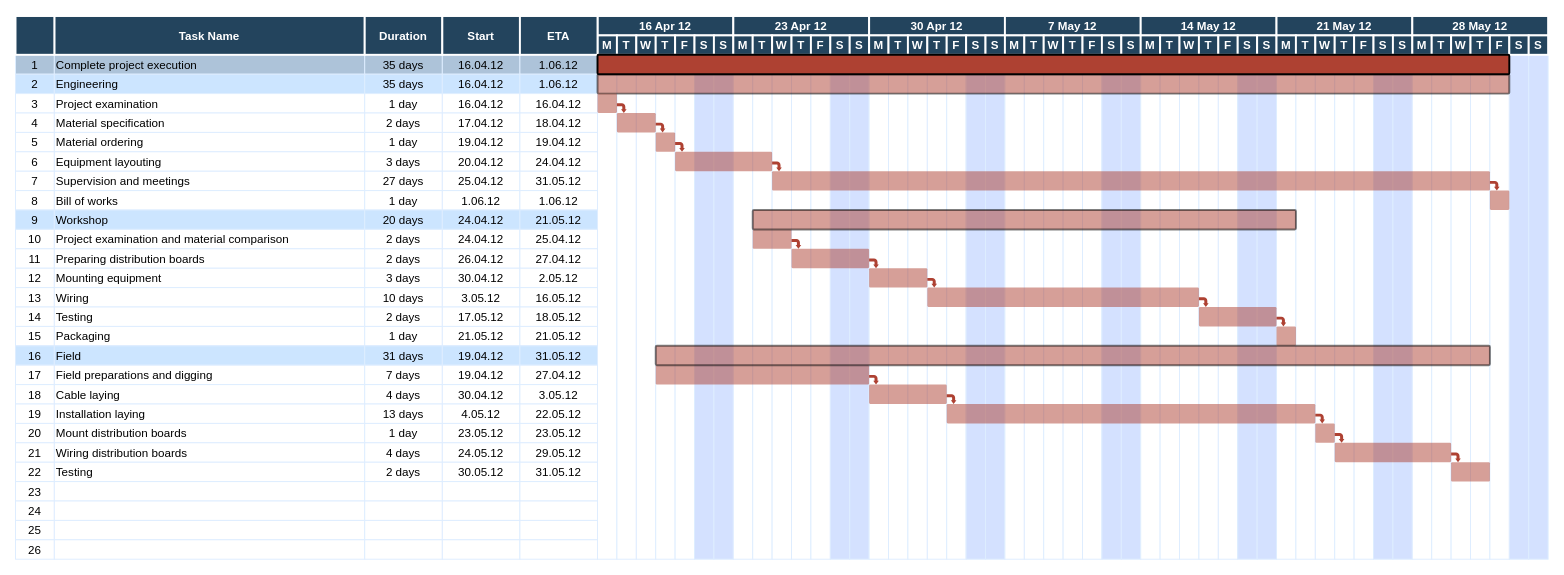
The draw.io diagram docs/GANTT-cineca.drawio in josura/c2c-sepia, before the edit. Source tidied: cells renumbered, new cells numbered last; positions are measured from the earlier drawing's top-left corner, leaving out a move shared by most shapes. Both pictures are drawn from the tidied source at 97%, with x=0, y=0 at pixel (15, 16).
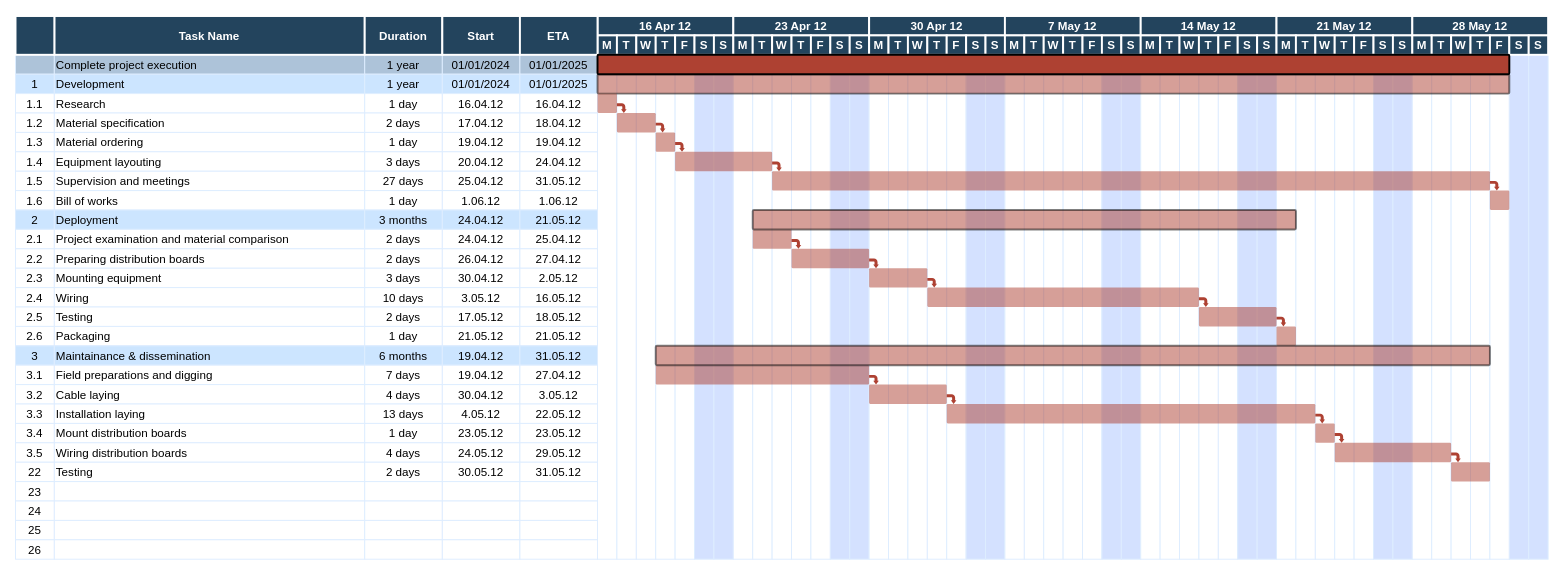
Above is the later version.

Diff of the diagram source:
```diff
@@
-    <mxCell id="2" value="1" style="strokeColor=#DEEDFF;fillColor=#ADC3D9;" parent="1" vertex="1">
+    <mxCell id="2" style="strokeColor=#DEEDFF;fillColor=#ADC3D9;" parent="1" vertex="1">
       <mxGeometry x="0.5" y="40" width="40" height="20" as="geometry" />
     </mxCell>
@@
-    <mxCell id="4" value="35 days" style="strokeColor=#DEEDFF;fillColor=#ADC3D9;" parent="1" vertex="1">
+    <mxCell id="4" value="1 year" style="strokeColor=#DEEDFF;fillColor=#ADC3D9;" parent="1" vertex="1">
       <mxGeometry x="360.5" y="40" width="80" height="20" as="geometry" />
     </mxCell>
-    <mxCell id="5" value="16.04.12" style="strokeColor=#DEEDFF;fillColor=#ADC3D9;" parent="1" vertex="1">
+    <mxCell id="5" value="01/01/2024" style="strokeColor=#DEEDFF;fillColor=#ADC3D9;" parent="1" vertex="1">
       <mxGeometry x="440.5" y="40" width="80" height="20" as="geometry" />
     </mxCell>
-    <mxCell id="6" value="1.06.12" style="strokeColor=#DEEDFF;fillColor=#ADC3D9;" parent="1" vertex="1">
+    <mxCell id="6" value="01/01/2025" style="strokeColor=#DEEDFF;fillColor=#ADC3D9;" parent="1" vertex="1">
       <mxGeometry x="520.5" y="40" width="80" height="20" as="geometry" />
     </mxCell>
@@
-    <mxCell id="8" value="2" style="strokeColor=#DEEDFF;fillColor=#CCE5FF;" parent="1" vertex="1">
+    <mxCell id="8" value="1" style="strokeColor=#DEEDFF;fillColor=#CCE5FF;" parent="1" vertex="1">
       <mxGeometry x="0.5" y="60" width="40" height="20" as="geometry" />
     </mxCell>
-    <mxCell id="9" value="Engineering" style="align=left;strokeColor=#DEEDFF;fillColor=#CCE5FF;" parent="1" vertex="1">
+    <mxCell id="9" value="Development" style="align=left;strokeColor=#DEEDFF;fillColor=#CCE5FF;" parent="1" vertex="1">
       <mxGeometry x="40.5" y="60" width="320" height="20" as="geometry" />
     </mxCell>
-    <mxCell id="10" value="35 days" style="strokeColor=#DEEDFF;fillColor=#CCE5FF;" parent="1" vertex="1">
+    <mxCell id="10" value="1 year" style="strokeColor=#DEEDFF;fillColor=#CCE5FF;" parent="1" vertex="1">
       <mxGeometry x="360.5" y="60" width="80" height="20" as="geometry" />
     </mxCell>
-    <mxCell id="11" value="16.04.12" style="strokeColor=#DEEDFF;fillColor=#CCE5FF;" parent="1" vertex="1">
+    <mxCell id="11" value="01/01/2024" style="strokeColor=#DEEDFF;fillColor=#CCE5FF;" parent="1" vertex="1">
       <mxGeometry x="440.5" y="60" width="80" height="20" as="geometry" />
     </mxCell>
-    <mxCell id="12" value="1.06.12" style="strokeColor=#DEEDFF;fillColor=#CCE5FF;" parent="1" vertex="1">
+    <mxCell id="12" value="01/01/2025" style="strokeColor=#DEEDFF;fillColor=#CCE5FF;" parent="1" vertex="1">
       <mxGeometry x="520.5" y="60" width="80" height="20" as="geometry" />
     </mxCell>
-    <mxCell id="13" value="3" style="strokeColor=#DEEDFF;" parent="1" vertex="1">
+    <mxCell id="13" value="1.1" style="strokeColor=#DEEDFF;" parent="1" vertex="1">
       <mxGeometry x="0.5" y="80" width="40" height="20" as="geometry" />
     </mxCell>
-    <mxCell id="14" value="Project examination" style="align=left;strokeColor=#DEEDFF;" parent="1" vertex="1">
+    <mxCell id="14" value="Research" style="align=left;strokeColor=#DEEDFF;" parent="1" vertex="1">
       <mxGeometry x="40.5" y="80" width="320" height="20" as="geometry" />
     </mxCell>
@@
-    <mxCell id="18" value="4" style="strokeColor=#DEEDFF;" parent="1" vertex="1">
+    <mxCell id="18" value="1.2" style="strokeColor=#DEEDFF;" parent="1" vertex="1">
       <mxGeometry x="0.5" y="100" width="40" height="20" as="geometry" />
     </mxCell>
@@
-    <mxCell id="23" value="5" style="strokeColor=#DEEDFF;" parent="1" vertex="1">
+    <mxCell id="23" value="1.3" style="strokeColor=#DEEDFF;" parent="1" vertex="1">
       <mxGeometry x="0.5" y="120" width="40" height="20" as="geometry" />
     </mxCell>
@@
-    <mxCell id="28" value="6" style="strokeColor=#DEEDFF;" parent="1" vertex="1">
+    <mxCell id="28" value="1.4" style="strokeColor=#DEEDFF;" parent="1" vertex="1">
       <mxGeometry x="0.5" y="140" width="40" height="20" as="geometry" />
     </mxCell>
@@
-    <mxCell id="33" value="7" style="strokeColor=#DEEDFF;" parent="1" vertex="1">
+    <mxCell id="33" value="1.5" style="strokeColor=#DEEDFF;" parent="1" vertex="1">
       <mxGeometry x="0.5" y="160" width="40" height="20" as="geometry" />
     </mxCell>
@@
-    <mxCell id="38" value="8" style="strokeColor=#DEEDFF;" parent="1" vertex="1">
+    <mxCell id="38" value="1.6" style="strokeColor=#DEEDFF;" parent="1" vertex="1">
       <mxGeometry x="0.5" y="180" width="40" height="20" as="geometry" />
     </mxCell>
@@
-    <mxCell id="43" value="9" style="strokeColor=#DEEDFF;fillColor=#CCE5FF;" parent="1" vertex="1">
+    <mxCell id="43" value="2" style="strokeColor=#DEEDFF;fillColor=#CCE5FF;" parent="1" vertex="1">
       <mxGeometry x="0.5" y="200" width="40" height="20" as="geometry" />
     </mxCell>
-    <mxCell id="44" value="Workshop" style="align=left;strokeColor=#DEEDFF;fillColor=#CCE5FF;" parent="1" vertex="1">
+    <mxCell id="44" value="Deployment" style="align=left;strokeColor=#DEEDFF;fillColor=#CCE5FF;" parent="1" vertex="1">
       <mxGeometry x="40.5" y="200" width="320" height="20" as="geometry" />
     </mxCell>
-    <mxCell id="45" value="20 days" style="strokeColor=#DEEDFF;fillColor=#CCE5FF;" parent="1" vertex="1">
+    <mxCell id="45" value="3 months" style="strokeColor=#DEEDFF;fillColor=#CCE5FF;" parent="1" vertex="1">
       <mxGeometry x="360.5" y="200" width="80" height="20" as="geometry" />
     </mxCell>
@@
-    <mxCell id="48" value="10" style="strokeColor=#DEEDFF;" parent="1" vertex="1">
+    <mxCell id="48" value="2.1" style="strokeColor=#DEEDFF;" parent="1" vertex="1">
       <mxGeometry x="0.5" y="220" width="40" height="20" as="geometry" />
     </mxCell>
@@
-    <mxCell id="53" value="11" style="strokeColor=#DEEDFF;" parent="1" vertex="1">
+    <mxCell id="53" value="2.2" style="strokeColor=#DEEDFF;" parent="1" vertex="1">
       <mxGeometry x="0.5" y="240" width="40" height="20" as="geometry" />
     </mxCell>
@@
-    <mxCell id="58" value="12" style="strokeColor=#DEEDFF;" parent="1" vertex="1">
+    <mxCell id="58" value="2.3" style="strokeColor=#DEEDFF;" parent="1" vertex="1">
       <mxGeometry x="0.5" y="260" width="40" height="20" as="geometry" />
     </mxCell>
@@
-    <mxCell id="63" value="13" style="strokeColor=#DEEDFF;" parent="1" vertex="1">
+    <mxCell id="63" value="2.4" style="strokeColor=#DEEDFF;" parent="1" vertex="1">
       <mxGeometry x="0.5" y="280" width="40" height="20" as="geometry" />
     </mxCell>
@@
-    <mxCell id="68" value="14" style="strokeColor=#DEEDFF;" parent="1" vertex="1">
+    <mxCell id="68" value="2.5" style="strokeColor=#DEEDFF;" parent="1" vertex="1">
       <mxGeometry x="0.5" y="300" width="40" height="20" as="geometry" />
     </mxCell>
@@
-    <mxCell id="73" value="15" style="strokeColor=#DEEDFF;fillColor=#FFFFFF;" parent="1" vertex="1">
+    <mxCell id="73" value="2.6" style="strokeColor=#DEEDFF;fillColor=#FFFFFF;" parent="1" vertex="1">
       <mxGeometry x="0.5" y="320" width="40" height="20" as="geometry" />
     </mxCell>
@@
-    <mxCell id="78" value="16" style="strokeColor=#DEEDFF;fillColor=#CCE5FF;" parent="1" vertex="1">
+    <mxCell id="78" value="3" style="strokeColor=#DEEDFF;fillColor=#CCE5FF;" parent="1" vertex="1">
       <mxGeometry x="0.5" y="340" width="40" height="20" as="geometry" />
     </mxCell>
-    <mxCell id="79" value="Field" style="align=left;strokeColor=#DEEDFF;fillColor=#CCE5FF;" parent="1" vertex="1">
+    <mxCell id="79" value="Maintainance &amp; dissemination" style="align=left;strokeColor=#DEEDFF;fillColor=#CCE5FF;" parent="1" vertex="1">
       <mxGeometry x="40.5" y="340" width="320" height="20" as="geometry" />
     </mxCell>
-    <mxCell id="80" value="31 days" style="strokeColor=#DEEDFF;fillColor=#CCE5FF;" parent="1" vertex="1">
+    <mxCell id="80" value="6 months" style="strokeColor=#DEEDFF;fillColor=#CCE5FF;" parent="1" vertex="1">
       <mxGeometry x="360.5" y="340" width="80" height="20" as="geometry" />
     </mxCell>
@@
-    <mxCell id="83" value="17" style="strokeColor=#DEEDFF;" parent="1" vertex="1">
+    <mxCell id="83" value="3.1" style="strokeColor=#DEEDFF;" parent="1" vertex="1">
       <mxGeometry x="0.5" y="360" width="40" height="20" as="geometry" />
     </mxCell>
@@
-    <mxCell id="88" value="18" style="strokeColor=#DEEDFF;" parent="1" vertex="1">
+    <mxCell id="88" value="3.2" style="strokeColor=#DEEDFF;" parent="1" vertex="1">
       <mxGeometry x="0.5" y="380" width="40" height="20" as="geometry" />
     </mxCell>
@@
-    <mxCell id="93" value="19" style="strokeColor=#DEEDFF;" parent="1" vertex="1">
+    <mxCell id="93" value="3.3" style="strokeColor=#DEEDFF;" parent="1" vertex="1">
       <mxGeometry x="0.5" y="400" width="40" height="20" as="geometry" />
     </mxCell>
@@
-    <mxCell id="98" value="20" style="strokeColor=#DEEDFF;" parent="1" vertex="1">
+    <mxCell id="98" value="3.4" style="strokeColor=#DEEDFF;" parent="1" vertex="1">
       <mxGeometry x="0.5" y="420" width="40" height="20" as="geometry" />
     </mxCell>
@@
-    <mxCell id="103" value="21" style="strokeColor=#DEEDFF;" parent="1" vertex="1">
+    <mxCell id="103" value="3.5" style="strokeColor=#DEEDFF;" parent="1" vertex="1">
       <mxGeometry x="0.5" y="440" width="40" height="20" as="geometry" />
     </mxCell>
```
